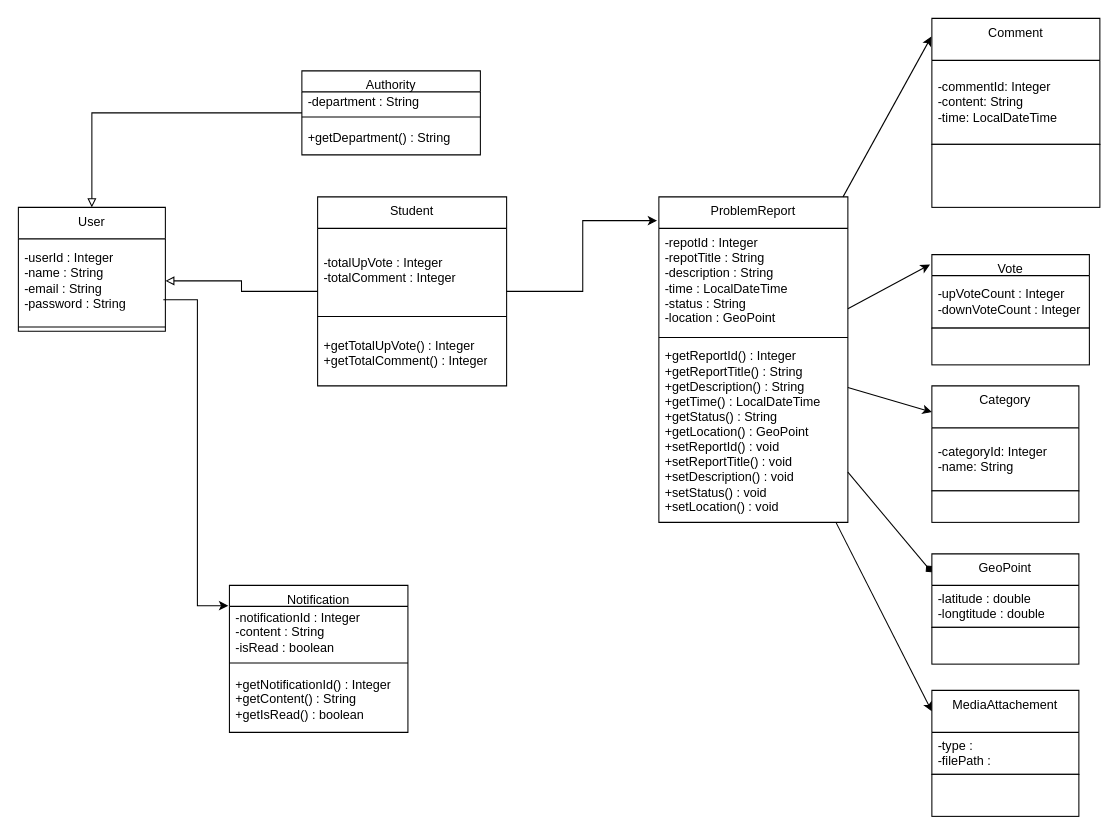
hayatikocur/Student-Communication-and-Reporting-Network keeps this draw.io diagram as Untitled Diagram.drawio. Above is the earlier version. Source tidied: cells renumbered, new cells numbered last; positions are measured from the earlier drawing's top-left corner, leaving out a move shared by most shapes. Both pictures are drawn from the tidied source at 105%, with x=0, y=0 at pixel (18, 18).
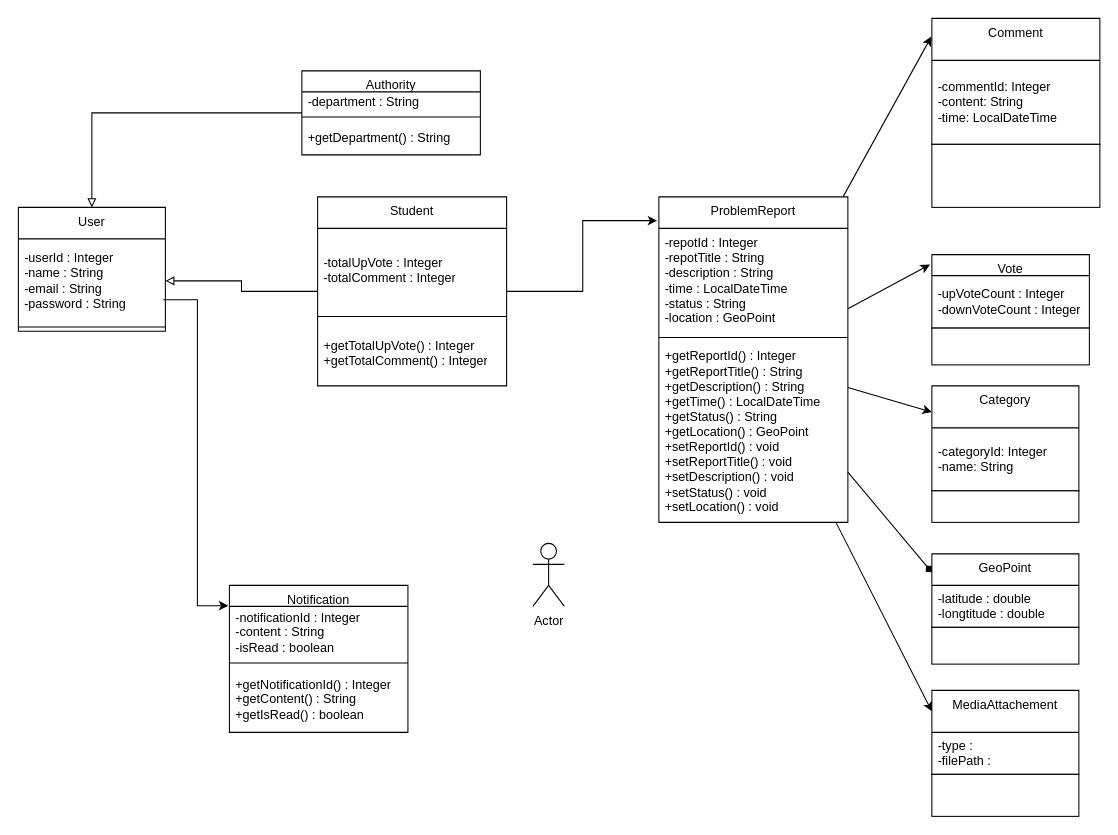
The same diagram, later.

Diff of the diagram source:
```diff
@@
+    <mxCell id="46" value="Actor" style="shape=umlActor;verticalLabelPosition=bottom;verticalAlign=top;html=1;" parent="1" vertex="1">
+      <mxGeometry x="490" y="500" width="30" height="60" as="geometry" />
+    </mxCell>
```
